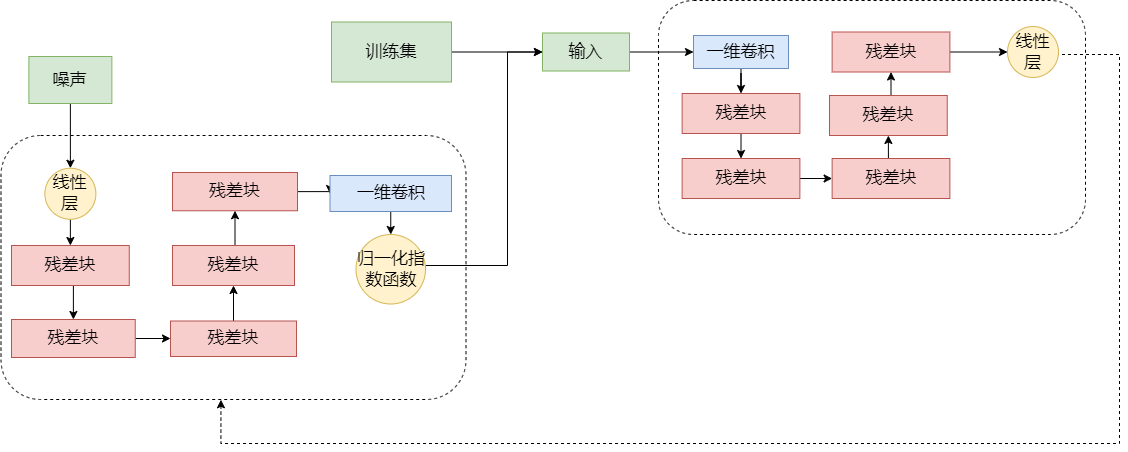
The draw.io diagram passgan-structure.drawio.png in lakomi/pictures, before a commit. Source tidied: cells renumbered, new cells last; positions are measured from the earlier drawing's top-left corner, leaving out a move shared by most shapes.
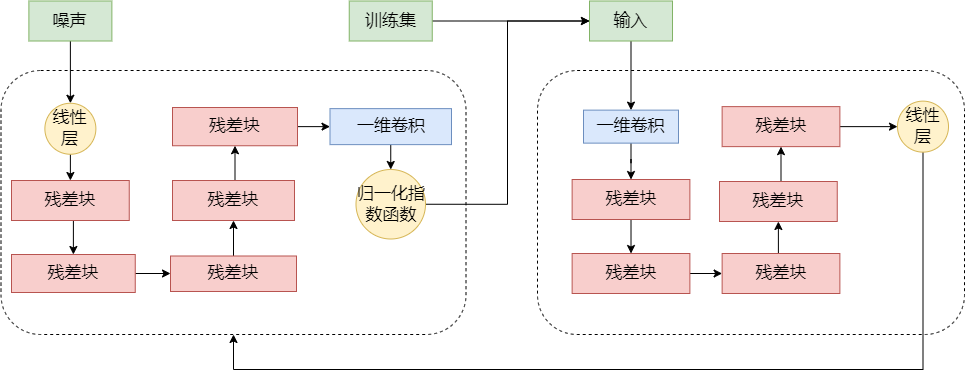
Above is the later version.

Change to the diagram source:
```diff
@@ -9,7 +9,7 @@
       <mxGeometry relative="1" as="geometry" />
     </mxCell>
     <mxCell id="4" value="噪声" style="rounded=0;whiteSpace=wrap;html=1;fontSize=17;fillColor=#d5e8d4;strokeColor=#82b366;" parent="1" vertex="1">
-      <mxGeometry x="27.4" y="56" width="83" height="47" as="geometry" />
+      <mxGeometry x="27.4" y="65.5" width="83" height="40" as="geometry" />
     </mxCell>
     <mxCell id="5" style="edgeStyle=orthogonalEdgeStyle;rounded=0;jettySize=auto;html=1;exitX=0.5;exitY=1;exitDx=0;exitDy=0;entryX=0.5;entryY=0;entryDx=0;entryDy=0;fontSize=17;" parent="1" edge="1" source="6" target="8">
       <mxGeometry relative="1" as="geometry" />
@@ -41,7 +41,7 @@
     <mxCell id="14" value="残差块" style="rounded=0;whiteSpace=wrap;html=1;fontSize=17;fillColor=#f8cecc;strokeColor=#b85450;" parent="1" vertex="1">
       <mxGeometry x="171" y="245" width="122" height="40" as="geometry" />
     </mxCell>
-    <mxCell id="15" style="edgeStyle=orthogonalEdgeStyle;rounded=0;jettySize=auto;html=1;exitX=1;exitY=0.5;exitDx=0;exitDy=0;entryX=0;entryY=0.5;entryDx=0;entryDy=0;fontSize=17;" parent="1" edge="1" source="16" target="18">
+    <mxCell id="15" style="edgeStyle=orthogonalEdgeStyle;rounded=0;jettySize=auto;html=1;exitX=1;exitY=0.5;exitDx=0;exitDy=0;entryX=0;entryY=0.5;entryDx=0;entryDy=0;strokeWidth=1;" parent="1" edge="1" source="16" target="18">
       <mxGeometry relative="1" as="geometry" />
     </mxCell>
     <mxCell id="16" value="残差块" style="rounded=0;whiteSpace=wrap;html=1;fontSize=17;fillColor=#f8cecc;strokeColor=#b85450;" parent="1" vertex="1">
@@ -51,82 +51,75 @@
       <mxGeometry relative="1" as="geometry" />
     </mxCell>
     <mxCell id="18" value="一维卷积" style="rounded=0;whiteSpace=wrap;html=1;fontSize=17;fillColor=#dae8fc;strokeColor=#6c8ebf;" parent="1" vertex="1">
-      <mxGeometry x="328.5" y="175" width="121.5" height="36" as="geometry" />
+      <mxGeometry x="328.5" y="173.1" width="121.5" height="36" as="geometry" />
     </mxCell>
-    <mxCell id="19" style="edgeStyle=orthogonalEdgeStyle;rounded=0;jettySize=auto;html=1;exitX=1;exitY=0.5;exitDx=0;exitDy=0;entryX=0;entryY=0.5;entryDx=0;entryDy=0;fontSize=17;" parent="1" edge="1" source="20" target="23">
-      <mxGeometry relative="1" as="geometry">
-        <Array as="points">
-          <mxPoint x="506" y="265" />
-          <mxPoint x="506" y="52" />
-        </Array>
-      </mxGeometry>
+    <mxCell id="19" style="edgeStyle=orthogonalEdgeStyle;rounded=0;jettySize=auto;html=1;exitX=1;exitY=0.5;exitDx=0;exitDy=0;entryX=0;entryY=0.5;entryDx=0;entryDy=0;strokeWidth=1;" parent="1" edge="1" source="20" target="23">
+      <mxGeometry relative="1" as="geometry" />
     </mxCell>
     <mxCell id="20" value="归一化指数函数" style="ellipse;whiteSpace=wrap;html=1;fontSize=17;fillColor=#fff2cc;strokeColor=#d6b656;" parent="1" vertex="1">
       <mxGeometry x="354.5" y="234" width="69.5" height="69.5" as="geometry" />
     </mxCell>
     <mxCell id="21" style="rounded=1;whiteSpace=wrap;html=1;fontSize=17;dashed=1;" parent="1" vertex="1">
-      <mxGeometry x="657" width="427" height="234" as="geometry" />
+      <mxGeometry x="536" y="135" width="427" height="264" as="geometry" />
     </mxCell>
-    <mxCell id="22" style="edgeStyle=orthogonalEdgeStyle;rounded=0;jettySize=auto;html=1;exitX=1;exitY=0.5;exitDx=0;exitDy=0;entryX=0;entryY=0.5;entryDx=0;entryDy=0;fontSize=17;" parent="1" edge="1" source="23" target="27">
+    <mxCell id="22" style="edgeStyle=orthogonalEdgeStyle;rounded=0;jettySize=auto;html=1;exitX=0.5;exitY=1;exitDx=0;exitDy=0;entryX=0.5;entryY=0;entryDx=0;entryDy=0;" parent="1" edge="1" source="23" target="27">
       <mxGeometry relative="1" as="geometry" />
     </mxCell>
     <mxCell id="23" value="输入" style="rounded=0;whiteSpace=wrap;html=1;fontSize=17;fillColor=#d5e8d4;strokeColor=#82b366;" parent="1" vertex="1">
-      <mxGeometry x="541" y="32.5" width="87" height="38" as="geometry" />
+      <mxGeometry x="588" y="65.5" width="83" height="40" as="geometry" />
     </mxCell>
-    <mxCell id="24" style="edgeStyle=orthogonalEdgeStyle;rounded=0;jettySize=auto;html=1;exitX=1;exitY=0.5;exitDx=0;exitDy=0;entryX=0;entryY=0.5;entryDx=0;entryDy=0;fontSize=17;" parent="1" edge="1" source="25" target="23">
+    <mxCell id="24" style="edgeStyle=orthogonalEdgeStyle;rounded=0;jettySize=auto;html=1;exitX=1;exitY=0.5;exitDx=0;exitDy=0;entryX=0;entryY=0.5;entryDx=0;entryDy=0;fontSize=17;strokeWidth=1;" parent="1" edge="1" source="25" target="23">
       <mxGeometry relative="1" as="geometry" />
     </mxCell>
     <mxCell id="25" value="训练集" style="rounded=0;whiteSpace=wrap;html=1;fontSize=17;fillColor=#d5e8d4;strokeColor=#82b366;" parent="1" vertex="1">
-      <mxGeometry x="330" y="21.5" width="120" height="60" as="geometry" />
+      <mxGeometry x="347.8" y="65.5" width="83" height="40" as="geometry" />
     </mxCell>
     <mxCell id="26" style="edgeStyle=orthogonalEdgeStyle;rounded=0;jettySize=auto;html=1;exitX=0.5;exitY=1;exitDx=0;exitDy=0;fontSize=17;" parent="1" edge="1" source="27" target="29">
       <mxGeometry relative="1" as="geometry" />
     </mxCell>
     <mxCell id="27" value="一维卷积" style="rounded=0;whiteSpace=wrap;html=1;fontSize=17;fillColor=#dae8fc;strokeColor=#6c8ebf;" parent="1" vertex="1">
-      <mxGeometry x="692" y="35" width="95" height="33" as="geometry" />
+      <mxGeometry x="582" y="174.6" width="95" height="33" as="geometry" />
     </mxCell>
     <mxCell id="28" style="edgeStyle=orthogonalEdgeStyle;rounded=0;jettySize=auto;html=1;exitX=0.5;exitY=1;exitDx=0;exitDy=0;entryX=0.5;entryY=0;entryDx=0;entryDy=0;fontSize=17;" parent="1" edge="1" source="29" target="31">
       <mxGeometry relative="1" as="geometry" />
     </mxCell>
     <mxCell id="29" value="残差块" style="rounded=0;whiteSpace=wrap;html=1;fontSize=17;fillColor=#f8cecc;strokeColor=#b85450;" parent="1" vertex="1">
-      <mxGeometry x="680.6" y="93" width="117.8" height="40" as="geometry" />
+      <mxGeometry x="570.6" y="244" width="117.8" height="40" as="geometry" />
     </mxCell>
     <mxCell id="30" style="edgeStyle=orthogonalEdgeStyle;rounded=0;jettySize=auto;html=1;exitX=1;exitY=0.5;exitDx=0;exitDy=0;entryX=0;entryY=0.5;entryDx=0;entryDy=0;fontSize=17;" parent="1" edge="1" source="31" target="33">
       <mxGeometry relative="1" as="geometry" />
     </mxCell>
     <mxCell id="31" value="残差块" style="rounded=0;whiteSpace=wrap;html=1;fontSize=17;fillColor=#f8cecc;strokeColor=#b85450;" parent="1" vertex="1">
-      <mxGeometry x="680.6" y="158" width="117.8" height="40" as="geometry" />
+      <mxGeometry x="570.6" y="318" width="117.8" height="40" as="geometry" />
     </mxCell>
     <mxCell id="32" style="edgeStyle=orthogonalEdgeStyle;rounded=0;jettySize=auto;html=1;exitX=0.5;exitY=0;exitDx=0;exitDy=0;entryX=0.5;entryY=1;entryDx=0;entryDy=0;fontSize=17;" parent="1" edge="1" source="33" target="35">
       <mxGeometry relative="1" as="geometry" />
     </mxCell>
     <mxCell id="33" value="残差块" style="rounded=0;whiteSpace=wrap;html=1;fontSize=17;fillColor=#f8cecc;strokeColor=#b85450;" parent="1" vertex="1">
-      <mxGeometry x="830.6" y="158" width="117.8" height="40" as="geometry" />
+      <mxGeometry x="720.6" y="318" width="117.8" height="40" as="geometry" />
     </mxCell>
     <mxCell id="34" style="edgeStyle=orthogonalEdgeStyle;rounded=0;jettySize=auto;html=1;exitX=0.5;exitY=0;exitDx=0;exitDy=0;entryX=0.5;entryY=1;entryDx=0;entryDy=0;fontSize=17;" parent="1" edge="1" source="35" target="37">
       <mxGeometry relative="1" as="geometry" />
     </mxCell>
     <mxCell id="35" value="残差块" style="rounded=0;whiteSpace=wrap;html=1;fontSize=17;fillColor=#f8cecc;strokeColor=#b85450;" parent="1" vertex="1">
-      <mxGeometry x="828" y="95" width="117.8" height="40" as="geometry" />
+      <mxGeometry x="718" y="246" width="117.8" height="40" as="geometry" />
     </mxCell>
     <mxCell id="36" style="edgeStyle=orthogonalEdgeStyle;rounded=0;jettySize=auto;html=1;exitX=1;exitY=0.5;exitDx=0;exitDy=0;entryX=0;entryY=0.5;entryDx=0;entryDy=0;fontSize=17;" parent="1" edge="1" source="37" target="39">
       <mxGeometry relative="1" as="geometry" />
     </mxCell>
     <mxCell id="37" value="残差块" style="rounded=0;whiteSpace=wrap;html=1;fontSize=17;fillColor=#f8cecc;strokeColor=#b85450;" parent="1" vertex="1">
-      <mxGeometry x="830.6" y="31.5" width="117.8" height="40" as="geometry" />
+      <mxGeometry x="720.6" y="171.1" width="117.8" height="40" as="geometry" />
     </mxCell>
-    <mxCell id="38" style="edgeStyle=orthogonalEdgeStyle;rounded=0;jettySize=auto;html=1;exitX=1;exitY=0.5;exitDx=0;exitDy=0;entryX=0.473;entryY=1.001;entryDx=0;entryDy=0;entryPerimeter=0;fontSize=17;dashed=1;" parent="1" edge="1" source="39" target="2">
+    <mxCell id="38" style="edgeStyle=orthogonalEdgeStyle;rounded=0;jettySize=auto;html=1;exitX=0.5;exitY=1;exitDx=0;exitDy=0;entryX=0.5;entryY=1;entryDx=0;entryDy=0;" parent="1" edge="1" source="39" target="2">
       <mxGeometry relative="1" as="geometry">
         <Array as="points">
-          <mxPoint x="1057" y="54" />
-          <mxPoint x="1118" y="54" />
-          <mxPoint x="1118" y="443" />
-          <mxPoint x="219" y="443" />
+          <mxPoint x="922" y="434" />
+          <mxPoint x="232" y="434" />
         </Array>
       </mxGeometry>
     </mxCell>
     <mxCell id="39" value="线性层" style="ellipse;whiteSpace=wrap;html=1;fontSize=17;fillColor=#fff2cc;strokeColor=#d6b656;" parent="1" vertex="1">
-      <mxGeometry x="1006" y="26" width="51" height="51" as="geometry" />
+      <mxGeometry x="896" y="165.6" width="51" height="51" as="geometry" />
     </mxCell>
   </root>
 </mxGraphModel>
```
